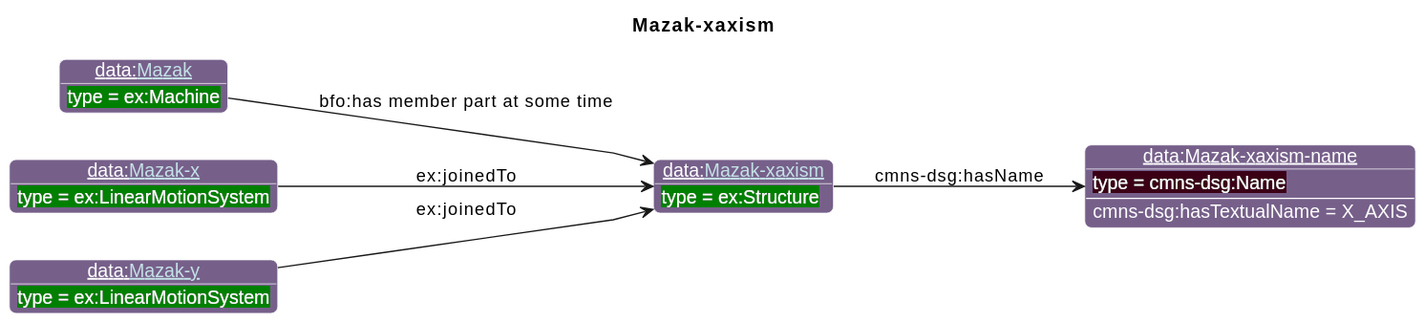
Earlier version of the PlantUML export diagrams/Mazak-xaxism.svg (iofoundry/example-syseng-mtconnect). The source it was exported from:
```plantuml
@startuml
!include ../iof.iuml

<style>
object {
  HyperlinkColor #C4E1E6
}
</style>

left to right direction
skinparam linetype polyline
title Mazak-xaxism

!$default_direction = down

!$namespace_colors = { "bfo":"DFA702",
                      "iof":"1E90FF",
                      "ns":"Green",
                      "ns1":"76608A",
"ex":"Green","data":"76608A","core":"000000","units":"8A2D3B","qp":"641B2E","cmns-dsg":"3A0519"
}
individual(o1, data:[[./Mazak-xaxism.html Mazak-xaxism]], ex:Structure)
individual(o2, data:Mazak-xaxism-name, cmns-dsg:Name)
individual(o3, data:[[./Mazak.html Mazak]], ex:Machine)
individual(o4, data:[[./Mazak-x.html Mazak-x]], ex:LinearMotionSystem)
individual(o5, data:[[./Mazak-y.html Mazak-y]], ex:LinearMotionSystem)
property(o1, cmns-dsg:hasName, o2)
data(o2, cmns-dsg:hasTextualName, X_AXIS)
property(o3, "bfo:has member part at some time", o1)
property(o4, ex:joinedTo, o1)
property(o5, ex:joinedTo, o1)
@enduml
```
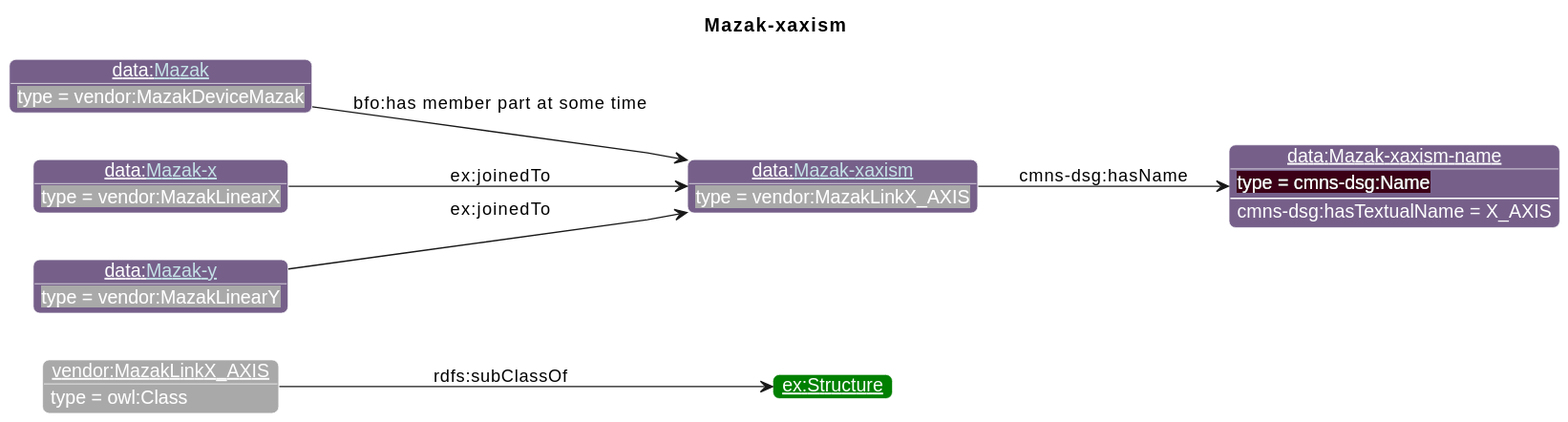
After the commit.

The edit, as a diff of the source:
```diff
@@ -19,14 +19,17 @@
                       "ns1":"76608A",
 "ex":"Green","data":"76608A","core":"000000","units":"8A2D3B","qp":"641B2E","cmns-dsg":"3A0519"
 }
-individual(o1, data:[[./Mazak-xaxism.html Mazak-xaxism]], ex:Structure)
-individual(o2, data:Mazak-xaxism-name, cmns-dsg:Name)
-individual(o3, data:[[./Mazak.html Mazak]], ex:Machine)
-individual(o4, data:[[./Mazak-x.html Mazak-x]], ex:LinearMotionSystem)
-individual(o5, data:[[./Mazak-y.html Mazak-y]], ex:LinearMotionSystem)
-property(o1, cmns-dsg:hasName, o2)
-data(o2, cmns-dsg:hasTextualName, X_AXIS)
-property(o3, "bfo:has member part at some time", o1)
-property(o4, ex:joinedTo, o1)
-property(o5, ex:joinedTo, o1)
+individual(o1, vendor:MazakLinkX_AXIS, owl:Class)
+individual(o2, ex:Structure)
+individual(o3, data:[[./Mazak-xaxism.html Mazak-xaxism]], vendor:MazakLinkX_AXIS)
+individual(o4, data:Mazak-xaxism-name, cmns-dsg:Name)
+individual(o5, data:[[./Mazak.html Mazak]], vendor:MazakDeviceMazak)
+individual(o6, data:[[./Mazak-x.html Mazak-x]], vendor:MazakLinearX)
+individual(o7, data:[[./Mazak-y.html Mazak-y]], vendor:MazakLinearY)
+property(o1, rdfs:subClassOf, o2)
+property(o3, cmns-dsg:hasName, o4)
+data(o4, cmns-dsg:hasTextualName, X_AXIS)
+property(o5, "bfo:has member part at some time", o3)
+property(o6, ex:joinedTo, o3)
+property(o7, ex:joinedTo, o3)
 @enduml
```
